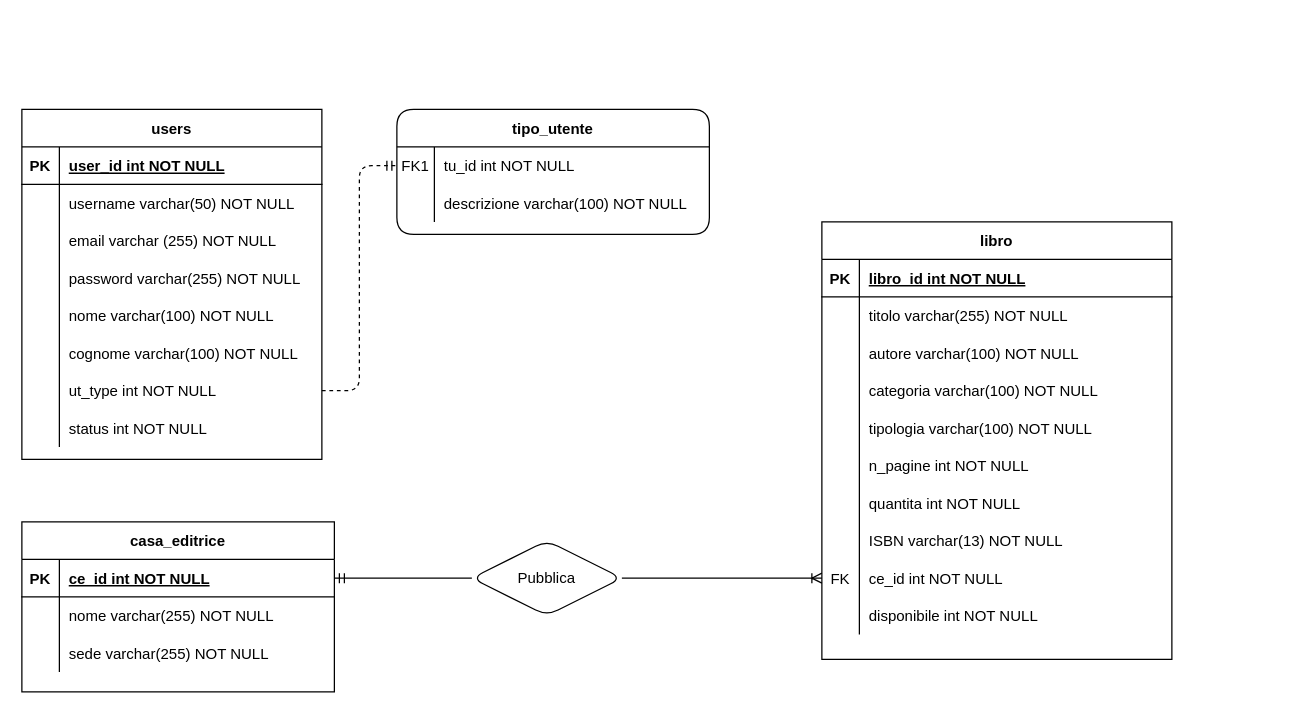
The draw.io diagram er_diagram.drawio in michipase/Bookique_animaniacs, before the edit. Source tidied: cells renumbered, new cells numbered last; positions are measured from the earlier drawing's top-left corner, leaving out a move shared by most shapes. Both pictures are drawn from the tidied source at 125%, with x=0, y=0 at pixel (21, 109).
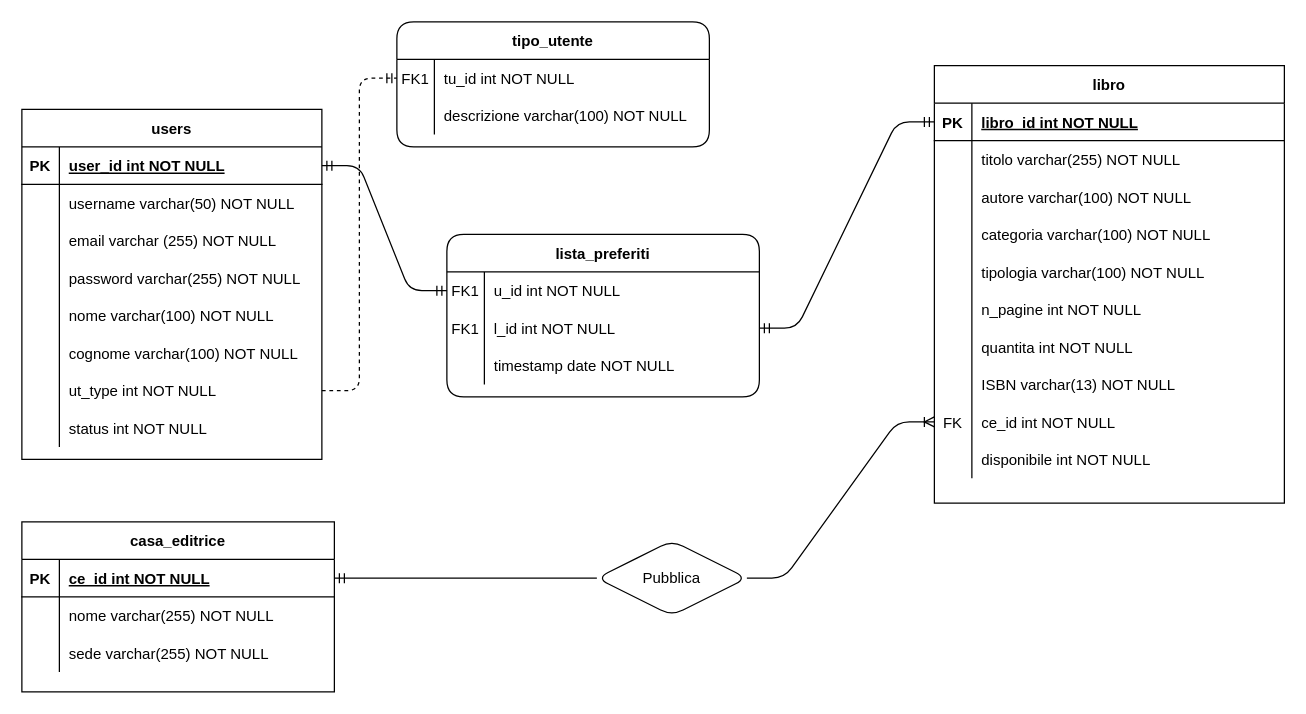
The same page after the edit.

Unchanged cells that the change refers to:
```xml
<mxCell id="10" style="shape=partialRectangle;fillColor=none;points=[[0,0.5],[1,0.5]];portConstraint=eastwest;top=0;left=0;right=0;bottom=1;" parent="9" vertex="1">
  <mxGeometry y="30" width="280" height="30" as="geometry" />
</mxCell>
<mxCell id="51" style="shape=partialRectangle;fillColor=none;top=0;left=0;bottom=1;right=0;points=[[0,0.5],[1,0.5]];portConstraint=eastwest;" parent="50" vertex="1">
  <mxGeometry y="30" width="240" height="30" as="geometry" />
</mxCell>
```

Change to the diagram source:
```diff
@@
     <mxCell id="2" value="tipo_utente" style="shape=table;startSize=30;childLayout=tableLayout;rowLines=0;fontStyle=1;align=center;rounded=1;" parent="1" vertex="1">
-      <mxGeometry x="300" width="250" height="100" as="geometry" />
+      <mxGeometry x="300" y="-70" width="250" height="100" as="geometry" />
     </mxCell>
@@
     <mxCell id="9" value="libro" style="shape=table;startSize=30;childLayout=tableLayout;rowLines=0;fontStyle=1;align=center;" parent="1" vertex="1">
-      <mxGeometry x="640" y="90" width="280" height="350" as="geometry" />
+      <mxGeometry x="730" y="-35" width="280" height="350" as="geometry" />
     </mxCell>
@@
     <mxCell id="76" value="Pubblica" style="shape=rhombus;perimeter=rhombusPerimeter;whiteSpace=wrap;html=1;align=center;rounded=1;" parent="1" vertex="1">
-      <mxGeometry x="360" y="345" width="120" height="60" as="geometry" />
+      <mxGeometry x="460" y="345" width="120" height="60" as="geometry" />
     </mxCell>
@@
+    <mxCell id="79" value="lista_preferiti" style="shape=table;startSize=30;childLayout=tableLayout;rowLines=0;fontStyle=1;align=center;rounded=1;" parent="1" vertex="1">
+      <mxGeometry x="340" y="100" width="250" height="130" as="geometry" />
+    </mxCell>
+    <mxCell id="80" style="shape=partialRectangle;fillColor=none;points=[[0,0.5],[1,0.5]];portConstraint=eastwest;top=0;left=0;right=0;bottom=0;" parent="79" vertex="1">
+      <mxGeometry y="30" width="250" height="30" as="geometry" />
+    </mxCell>
+    <mxCell id="81" value="FK1" style="shape=partialRectangle;overflow=hidden;fillColor=none;top=0;left=0;bottom=0;right=0;" parent="80" vertex="1">
+      <mxGeometry width="30" height="30" as="geometry" />
+    </mxCell>
+    <mxCell id="82" value="u_id int NOT NULL" style="shape=partialRectangle;overflow=hidden;fillColor=none;top=0;left=0;bottom=0;right=0;align=left;spacingLeft=6;" parent="80" vertex="1">
+      <mxGeometry x="30" width="220" height="30" as="geometry" />
+    </mxCell>
+    <mxCell id="83" style="shape=partialRectangle;fillColor=none;points=[[0,0.5],[1,0.5]];portConstraint=eastwest;top=0;left=0;right=0;bottom=0;" parent="79" vertex="1">
+      <mxGeometry y="60" width="250" height="30" as="geometry" />
+    </mxCell>
+    <mxCell id="84" value="FK1" style="shape=partialRectangle;overflow=hidden;fillColor=none;top=0;left=0;bottom=0;right=0;" parent="83" vertex="1">
+      <mxGeometry width="30" height="30" as="geometry" />
+    </mxCell>
+    <mxCell id="85" value="l_id int NOT NULL" style="shape=partialRectangle;overflow=hidden;fillColor=none;top=0;left=0;bottom=0;right=0;align=left;spacingLeft=6;" parent="83" vertex="1">
+      <mxGeometry x="30" width="220" height="30" as="geometry" />
+    </mxCell>
+    <mxCell id="86" style="shape=partialRectangle;fillColor=none;top=0;left=0;right=0;bottom=0;" parent="79" vertex="1">
+      <mxGeometry y="90" width="250" height="30" as="geometry" />
+    </mxCell>
+    <mxCell id="87" style="shape=partialRectangle;overflow=hidden;fillColor=none;top=0;left=0;bottom=0;right=0;" parent="86" vertex="1">
+      <mxGeometry width="30" height="30" as="geometry" />
+    </mxCell>
+    <mxCell id="88" value="timestamp date NOT NULL" style="shape=partialRectangle;overflow=hidden;fillColor=none;top=0;left=0;bottom=0;right=0;align=left;spacingLeft=6;" parent="86" vertex="1">
+      <mxGeometry x="30" width="220" height="30" as="geometry" />
+    </mxCell>
+    <mxCell id="89" style="edgeStyle=entityRelationEdgeStyle;fontSize=12;html=1;endArrow=ERmandOne;startArrow=ERmandOne;" parent="1" edge="1" source="51" target="80">
+      <mxGeometry relative="1" as="geometry" />
+    </mxCell>
+    <mxCell id="90" style="edgeStyle=entityRelationEdgeStyle;fontSize=12;html=1;endArrow=ERmandOne;startArrow=ERmandOne;" parent="1" edge="1" source="83" target="10">
+      <mxGeometry relative="1" as="geometry" />
+    </mxCell>
```
